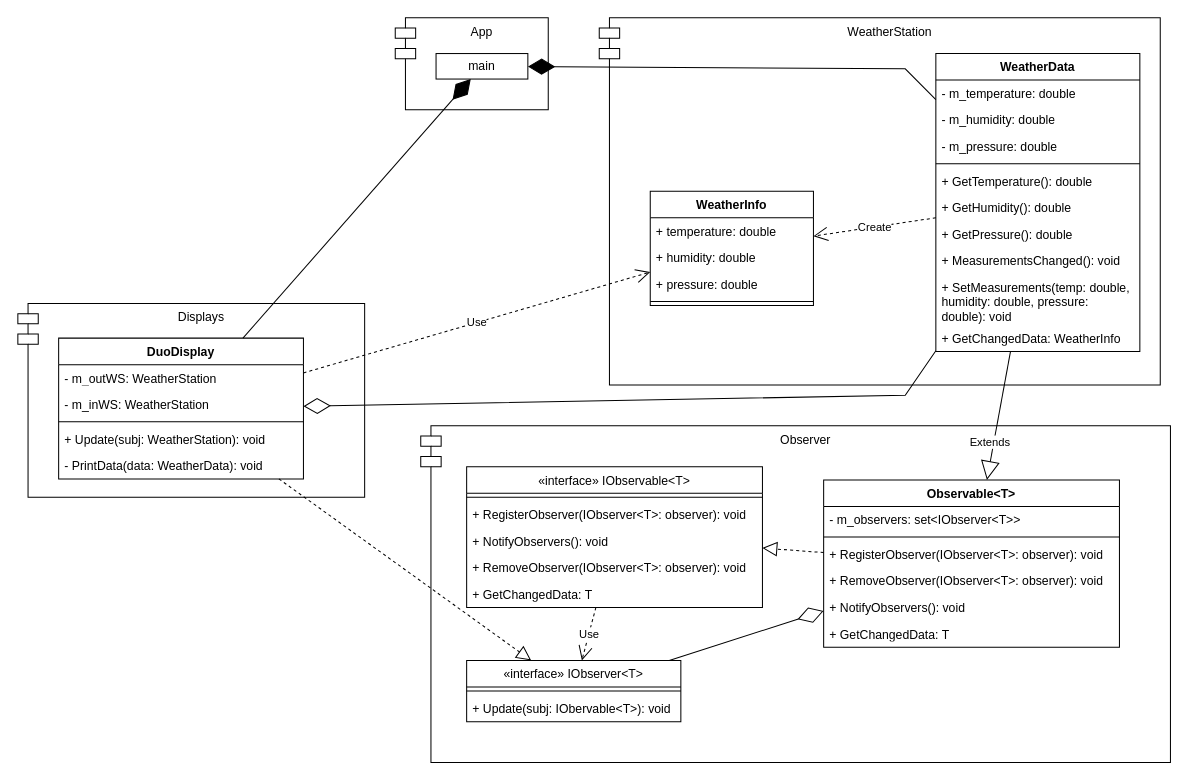
Before: lw2/WeatherStationDuo.drawio in ProstP/OOD, a draw.io diagram. Source tidied: cells renumbered, new cells numbered last; positions are measured from the earlier drawing's top-left corner, leaving out a move shared by most shapes. Both pictures are drawn from the tidied source at 102%, with x=0, y=0 at pixel (17, 17).
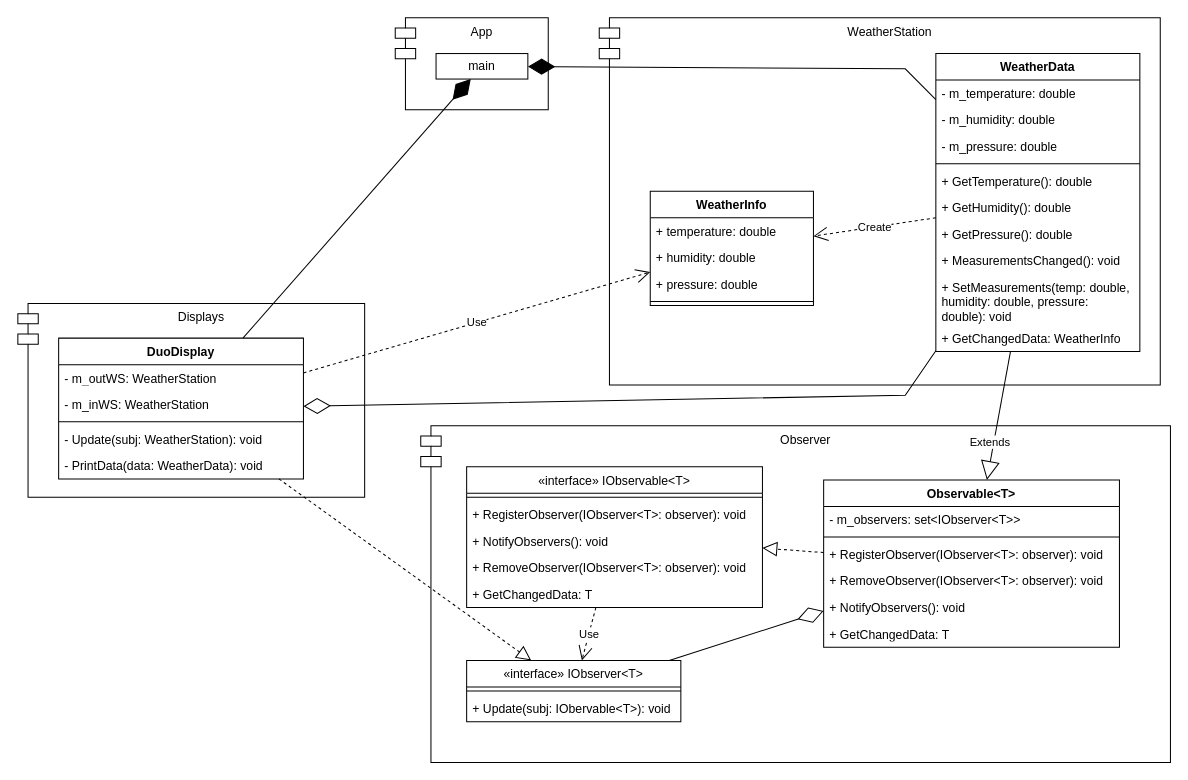
The same diagram, later.

Commit message:
Lw2-4 Изменил область видимости метода в диаграмме

Unchanged cells that the change refers to:
```xml
<mxCell id="45" value="DuoDisplay" style="swimlane;fontStyle=1;align=center;verticalAlign=top;horizontal=1;startSize=26;whiteSpace=wrap;html=1;" parent="1" vertex="1">
  <mxGeometry x="40" y="314" width="240" height="138" as="geometry" />
</mxCell>
```

What changed in the source:
```diff
@@
-    <mxCell id="49" value="+ Update(subj: WeatherStation): void" style="text;strokeColor=none;fillColor=none;align=left;verticalAlign=top;spacingLeft=4;spacingRight=4;overflow=hidden;whiteSpace=wrap;html=1;" parent="45" vertex="1">
+    <mxCell id="49" value="- Update(subj: WeatherStation): void" style="text;strokeColor=none;fillColor=none;align=left;verticalAlign=top;spacingLeft=4;spacingRight=4;overflow=hidden;whiteSpace=wrap;html=1;" parent="45" vertex="1">
       <mxGeometry y="86" width="240" height="26" as="geometry" />
     </mxCell>
```
